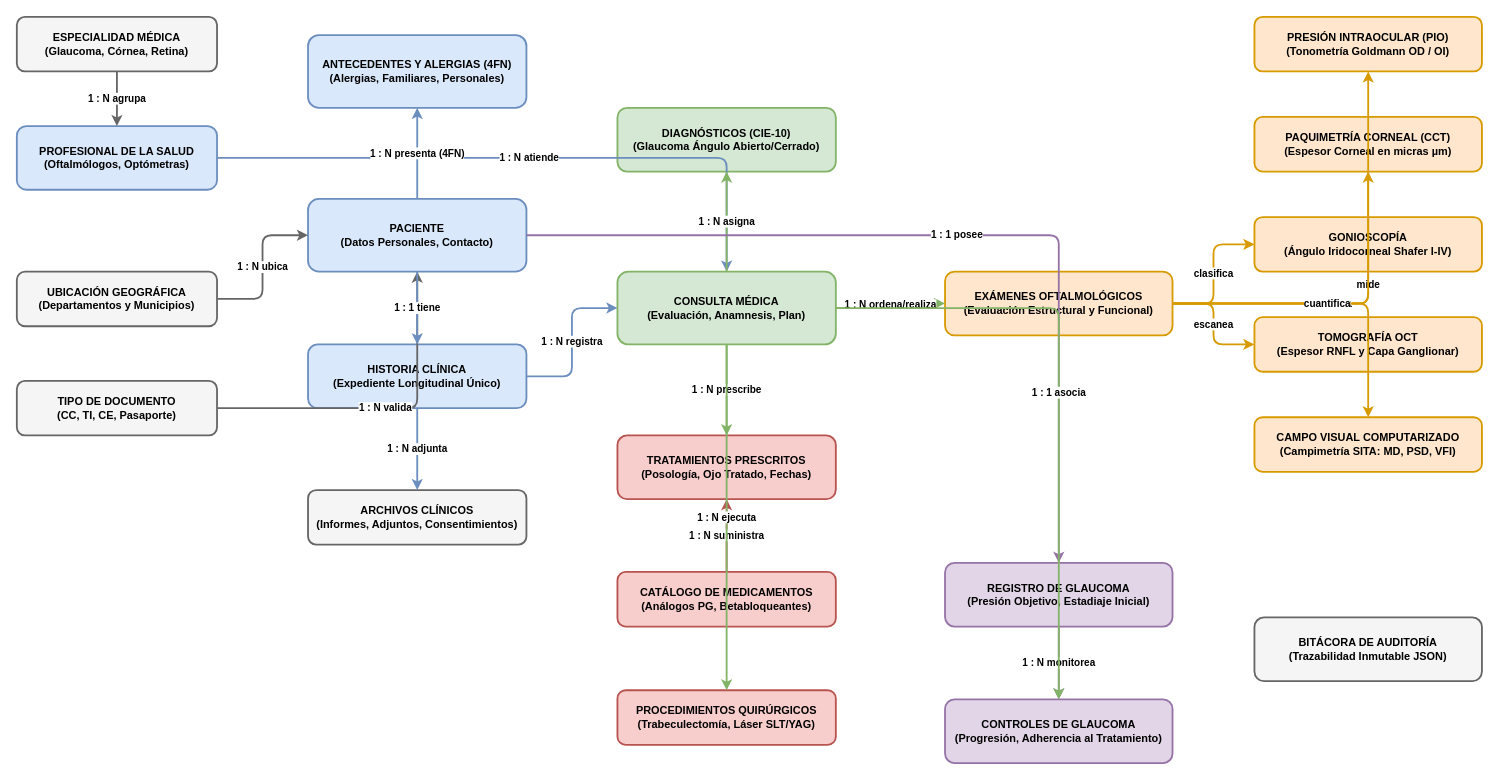
Earlier version of the draw.io diagram diagrams/modelo_conceptual.drawio (DEIMER-PY/DB_DEIMER_CARO). Source tidied: cells renumbered, new cells numbered last; positions are measured from the earlier drawing's top-left corner, leaving out a move shared by most shapes. Both pictures are drawn from the tidied source at 91%, with x=0, y=0 at pixel (16, 16).
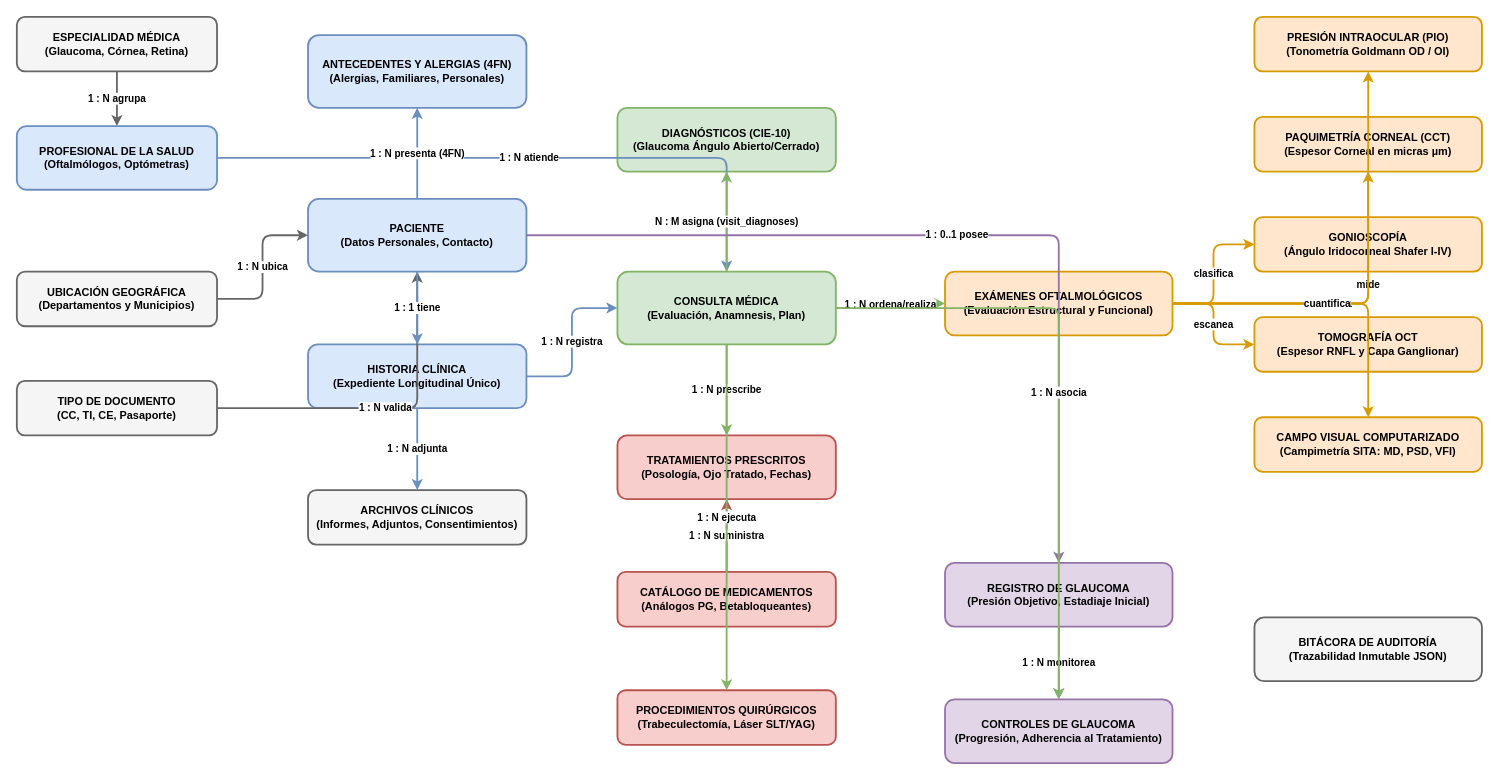
The same diagram, later.

Commit message (it also covers changes not shown here):
fix(diagrams): alinear los diagramas Mermaid, draw.io y el modelo ER con la base

The change refers to these unchanged cells:
```xml
<mxCell id="6" value="PACIENTE&#10;(Datos Personales, Contacto)" style="rounded=1;whiteSpace=wrap;html=1;fillColor=#dae8fc;strokeColor=#6c8ebf;strokeWidth=2;fontStyle=1;fontSize=12;" parent="1" vertex="1">
  <mxGeometry x="320" y="200" width="240" height="80" as="geometry" />
</mxCell>
<mxCell id="10" value="CONSULTA MÉDICA&#10;(Evaluación, Anamnesis, Plan)" style="rounded=1;whiteSpace=wrap;html=1;fillColor=#d5e8d4;strokeColor=#82b366;strokeWidth=2;fontStyle=1;fontSize=12;" parent="1" vertex="1">
  <mxGeometry x="660" y="280" width="240" height="80" as="geometry" />
</mxCell>
<mxCell id="11" value="DIAGNÓSTICOS (CIE-10)&#10;(Glaucoma Ángulo Abierto/Cerrado)" style="rounded=1;whiteSpace=wrap;html=1;fillColor=#d5e8d4;strokeColor=#82b366;strokeWidth=2;fontStyle=1;fontSize=12;" parent="1" vertex="1">
  <mxGeometry x="660" y="100" width="240" height="70" as="geometry" />
</mxCell>
<mxCell id="21" value="REGISTRO DE GLAUCOMA&#10;(Presión Objetivo, Estadiaje Inicial)" style="rounded=1;whiteSpace=wrap;html=1;fillColor=#e1d5e7;strokeColor=#9673a6;strokeWidth=2;fontStyle=1;fontSize=12;" parent="1" vertex="1">
  <mxGeometry x="1020" y="600" width="250" height="70" as="geometry" />
</mxCell>
<mxCell id="22" value="CONTROLES DE GLAUCOMA&#10;(Progresión, Adherencia al Tratamiento)" style="rounded=1;whiteSpace=wrap;html=1;fillColor=#e1d5e7;strokeColor=#9673a6;strokeWidth=2;fontStyle=1;fontSize=12;" parent="1" vertex="1">
  <mxGeometry x="1020" y="750" width="250" height="70" as="geometry" />
</mxCell>
```

Diff of the diagram source:
```diff
@@
-    <mxCell id="32" value="1 : N asigna" style="edgeStyle=orthogonalEdgeStyle;rounded=1;jettySize=auto;html=1;fontSize=11;strokeColor=#82b366;strokeWidth=2;fontStyle=1;" parent="1" edge="1" source="10" target="11">
+    <mxCell id="32" value="N : M asigna (visit_diagnoses)" style="edgeStyle=orthogonalEdgeStyle;rounded=1;jettySize=auto;html=1;fontSize=11;strokeColor=#82b366;strokeWidth=2;fontStyle=1;" parent="1" edge="1" source="10" target="11">
       <mxGeometry relative="1" as="geometry" />
     </mxCell>
@@
-    <mxCell id="42" value="1 : 1 posee" style="edgeStyle=orthogonalEdgeStyle;rounded=1;jettySize=auto;html=1;fontSize=11;strokeColor=#9673a6;strokeWidth=2;fontStyle=1;" parent="1" edge="1" source="6" target="21">
+    <mxCell id="42" value="1 : 0..1 posee" style="edgeStyle=orthogonalEdgeStyle;rounded=1;jettySize=auto;html=1;fontSize=11;strokeColor=#9673a6;strokeWidth=2;fontStyle=1;" parent="1" edge="1" source="6" target="21">
       <mxGeometry relative="1" as="geometry" />
     </mxCell>
@@
-    <mxCell id="44" value="1 : 1 asocia" style="edgeStyle=orthogonalEdgeStyle;rounded=1;jettySize=auto;html=1;fontSize=11;strokeColor=#82b366;strokeWidth=2;fontStyle=1;" parent="1" edge="1" source="10" target="22">
+    <mxCell id="44" value="1 : N asocia" style="edgeStyle=orthogonalEdgeStyle;rounded=1;jettySize=auto;html=1;fontSize=11;strokeColor=#82b366;strokeWidth=2;fontStyle=1;" parent="1" edge="1" source="10" target="22">
       <mxGeometry relative="1" as="geometry" />
     </mxCell>
```
